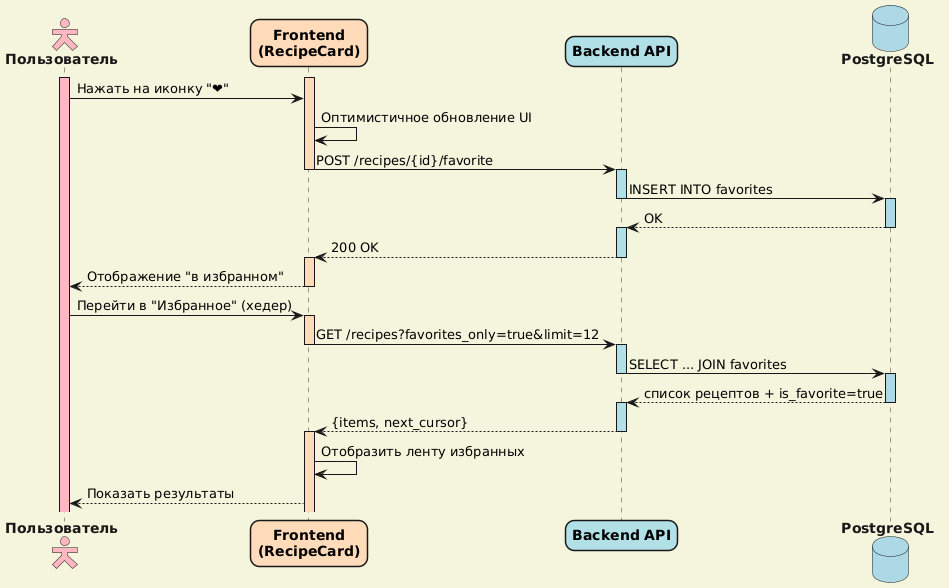
This is docs/diagrams/сиквенс_диаграмма_добавление_в_избранное_и_просмотр_избранного.png from cranchy-team/cook-book, a PlantUML export, as it was before one commit. The source it was exported from:
```plantuml
@startuml
!theme mars

skinparam actor {
  FontStyle bold
  BackgroundColor #FFB6C1
}
skinparam participant {
  FontColor black
  FontStyle bold
}
skinparam database {
  FontStyle bold
  BackgroundColor #ADD8E6
}
skinparam backgroundcolor #F5F5DC
skinparam roundcorner 18
skinparam actorStyle hollow

actor "Пользователь" as User
participant "Frontend\n(RecipeCard)" as Frontend #FFDAB9
participant "Backend API" as Backend #B0E0E6
database "PostgreSQL" as DB #ADD8E6

User ++ #FFB6C1
Frontend ++ #FFDAB9

User -> Frontend : Нажать на иконку "❤️"
Frontend -> Frontend : Оптимистичное обновление UI
Frontend -> Backend --++ #B0E0E6 : POST /recipes/{id}/favorite
Backend -> DB --++ #ADD8E6 : INSERT INTO favorites
DB --> Backend --++ #B0E0E6 : OK
Backend --> Frontend --++ #FFDAB9 : 200 OK
Frontend --> User -- : Отображение "в избранном"

User -> Frontend ++ #FFDAB9 : Перейти в "Избранное" (хедер)
Frontend -> Backend --++ #B0E0E6 : GET /recipes?favorites_only=true&limit=12
Backend -> DB --++ #ADD8E6 : SELECT ... JOIN favorites
DB --> Backend --++ #B0E0E6 : список рецептов + is_favorite=true
Backend --> Frontend --++ #FFDAB9 : {items, next_cursor}
Frontend -> Frontend : Отобразить ленту избранных
Frontend --> User : Показать результаты
@enduml
```
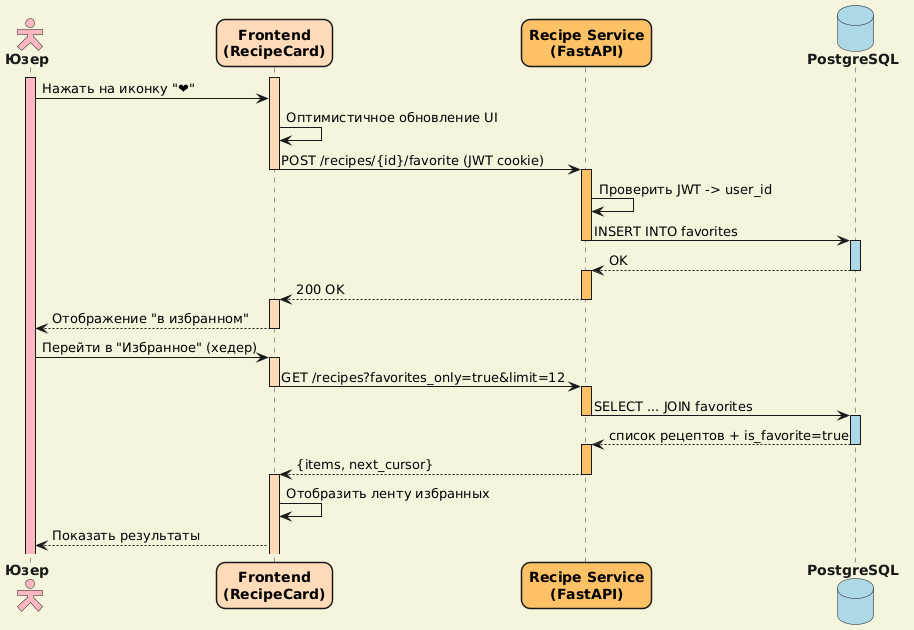
After the change.

Diff of the diagram source:
```diff
@@ -17,9 +17,9 @@
 skinparam roundcorner 18
 skinparam actorStyle hollow
 
-actor "Пользователь" as User
+actor "Юзер" as User
 participant "Frontend\n(RecipeCard)" as Frontend #FFDAB9
-participant "Backend API" as Backend #B0E0E6
+participant "Recipe Service\n(FastAPI)" as RecipeSvc #FFC067
 database "PostgreSQL" as DB #ADD8E6
 
 User ++ #FFB6C1
@@ -27,17 +27,18 @@
 
 User -> Frontend : Нажать на иконку "❤️"
 Frontend -> Frontend : Оптимистичное обновление UI
-Frontend -> Backend --++ #B0E0E6 : POST /recipes/{id}/favorite
-Backend -> DB --++ #ADD8E6 : INSERT INTO favorites
-DB --> Backend --++ #B0E0E6 : OK
-Backend --> Frontend --++ #FFDAB9 : 200 OK
+Frontend -> RecipeSvc --++ #FFC067 : POST /recipes/{id}/favorite (JWT cookie)
+RecipeSvc -> RecipeSvc : Проверить JWT -> user_id
+RecipeSvc -> DB --++ #ADD8E6 : INSERT INTO favorites
+DB --> RecipeSvc --++ #FFC067 : OK
+RecipeSvc --> Frontend --++ #FFDAB9 : 200 OK
 Frontend --> User -- : Отображение "в избранном"
 
 User -> Frontend ++ #FFDAB9 : Перейти в "Избранное" (хедер)
-Frontend -> Backend --++ #B0E0E6 : GET /recipes?favorites_only=true&limit=12
-Backend -> DB --++ #ADD8E6 : SELECT ... JOIN favorites
-DB --> Backend --++ #B0E0E6 : список рецептов + is_favorite=true
-Backend --> Frontend --++ #FFDAB9 : {items, next_cursor}
+Frontend -> RecipeSvc --++ #FFC067 : GET /recipes?favorites_only=true&limit=12
+RecipeSvc -> DB --++ #ADD8E6 : SELECT ... JOIN favorites
+DB --> RecipeSvc --++ #FFC067 : список рецептов + is_favorite=true
+RecipeSvc --> Frontend --++ #FFDAB9 : {items, next_cursor}
 Frontend -> Frontend : Отобразить ленту избранных
 Frontend --> User : Показать результаты
 @enduml
```
